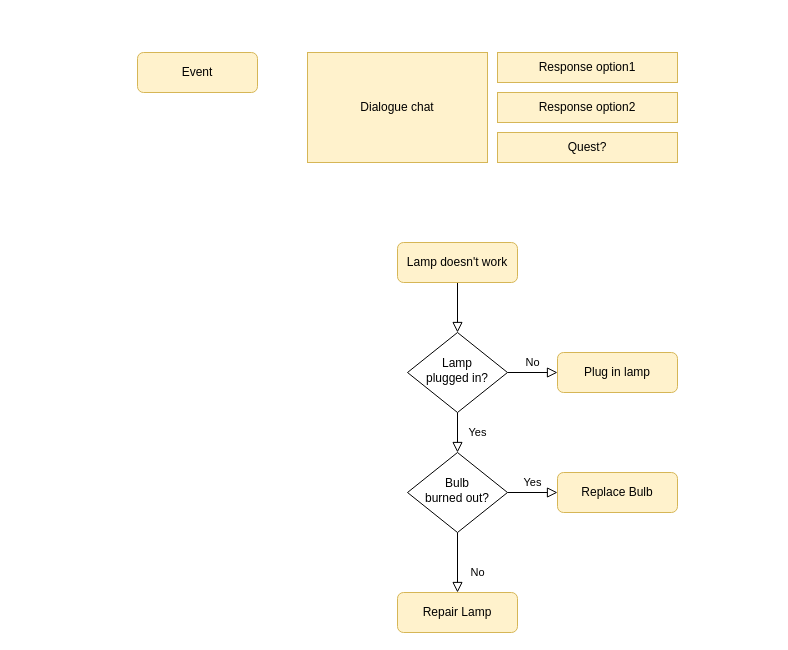
R-Jassasi/Draw.io keeps this draw.io diagram as CCTP_Narrative_FlowChart.drawio. Above is the earlier version. Source tidied: cells renumbered, new cells numbered last; positions are measured from the earlier drawing's top-left corner, leaving out a move shared by most shapes. Both pictures are drawn from the tidied source at 100%, with x=0, y=0 at pixel (137, 52).
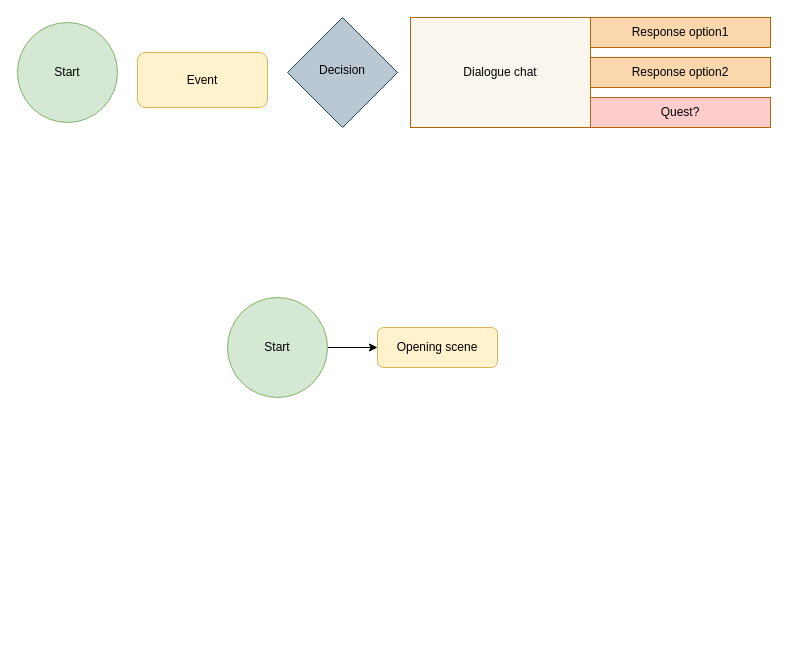
After the change.

Diff of the diagram source:
```diff
@@
 <mxGraphModel>
   <root>
     <mxCell id="0" />
     <mxCell id="1" parent="0" />
-    <mxCell id="2" style="rounded=0;html=1;jettySize=auto;fontSize=11;endArrow=block;endFill=0;endSize=8;strokeWidth=1;shadow=0;labelBackgroundColor=none;edgeStyle=orthogonalEdgeStyle;" parent="1" edge="1" source="3" target="6">
-      <mxGeometry relative="1" as="geometry" />
-    </mxCell>
-    <mxCell id="3" value="Lamp doesn't work" style="rounded=1;whiteSpace=wrap;html=1;fontSize=12;glass=0;strokeWidth=1;shadow=0;fillColor=#fff2cc;strokeColor=#d6b656;" parent="1" vertex="1">
-      <mxGeometry x="260" y="190" width="120" height="40" as="geometry" />
-    </mxCell>
-    <mxCell id="4" value="Yes" style="rounded=0;html=1;jettySize=auto;fontSize=11;endArrow=block;endFill=0;endSize=8;strokeWidth=1;shadow=0;labelBackgroundColor=none;edgeStyle=orthogonalEdgeStyle;" parent="1" edge="1" source="6" target="10">
-      <mxGeometry y="20" relative="1" as="geometry" />
-    </mxCell>
-    <mxCell id="5" value="No" style="edgeStyle=orthogonalEdgeStyle;rounded=0;html=1;jettySize=auto;fontSize=11;endArrow=block;endFill=0;endSize=8;strokeWidth=1;shadow=0;labelBackgroundColor=none;" parent="1" edge="1" source="6" target="7">
-      <mxGeometry y="10" relative="1" as="geometry" />
-    </mxCell>
-    <mxCell id="6" value="Lamp&lt;br&gt;plugged in?" style="rhombus;whiteSpace=wrap;html=1;shadow=0;fontFamily=Helvetica;fontSize=12;align=center;strokeWidth=1;spacing=6;spacingTop=-4;" parent="1" vertex="1">
-      <mxGeometry x="270" y="280" width="100" height="80" as="geometry" />
-    </mxCell>
-    <mxCell id="7" value="Plug in lamp" style="rounded=1;whiteSpace=wrap;html=1;fontSize=12;glass=0;strokeWidth=1;shadow=0;fillColor=#fff2cc;strokeColor=#d6b656;" parent="1" vertex="1">
-      <mxGeometry x="420" y="300" width="120" height="40" as="geometry" />
-    </mxCell>
-    <mxCell id="8" value="No" style="rounded=0;html=1;jettySize=auto;fontSize=11;endArrow=block;endFill=0;endSize=8;strokeWidth=1;shadow=0;labelBackgroundColor=none;edgeStyle=orthogonalEdgeStyle;" parent="1" edge="1" source="10" target="11">
-      <mxGeometry x="0.33" y="20" relative="1" as="geometry" />
-    </mxCell>
-    <mxCell id="9" value="Yes" style="edgeStyle=orthogonalEdgeStyle;rounded=0;html=1;jettySize=auto;fontSize=11;endArrow=block;endFill=0;endSize=8;strokeWidth=1;shadow=0;labelBackgroundColor=none;" parent="1" edge="1" source="10" target="12">
-      <mxGeometry y="10" relative="1" as="geometry" />
-    </mxCell>
-    <mxCell id="10" value="Bulb&lt;br&gt;burned out?" style="rhombus;whiteSpace=wrap;html=1;shadow=0;fontFamily=Helvetica;fontSize=12;align=center;strokeWidth=1;spacing=6;spacingTop=-4;" parent="1" vertex="1">
-      <mxGeometry x="270" y="400" width="100" height="80" as="geometry" />
-    </mxCell>
-    <mxCell id="11" value="Repair Lamp" style="rounded=1;whiteSpace=wrap;html=1;fontSize=12;glass=0;strokeWidth=1;shadow=0;fillColor=#fff2cc;strokeColor=#d6b656;" parent="1" vertex="1">
-      <mxGeometry x="260" y="540" width="120" height="40" as="geometry" />
-    </mxCell>
-    <mxCell id="12" value="Replace Bulb" style="rounded=1;whiteSpace=wrap;html=1;fontSize=12;glass=0;strokeWidth=1;shadow=0;fillColor=#fff2cc;strokeColor=#d6b656;" parent="1" vertex="1">
-      <mxGeometry x="420" y="420" width="120" height="40" as="geometry" />
-    </mxCell>
     <mxCell id="13" value="Event" style="rounded=1;whiteSpace=wrap;html=1;fontSize=12;glass=0;strokeWidth=1;shadow=0;fillColor=#fff2cc;strokeColor=#d6b656;" parent="1" vertex="1">
-      <mxGeometry width="120" height="40" as="geometry" />
+      <mxGeometry width="130" height="55" as="geometry" />
     </mxCell>
+    <mxCell id="18" style="group;" parent="1" vertex="1">
+      <mxGeometry x="273" y="-35" width="360" height="110" as="geometry" />
+    </mxCell>
-    <mxCell id="14" value="Dialogue chat" style="rounded=0;whiteSpace=wrap;html=1;fontSize=12;glass=0;strokeWidth=1;shadow=0;fillColor=#fff2cc;strokeColor=#d6b656;" parent="1" vertex="1">
-      <mxGeometry x="170" width="180" height="110" as="geometry" />
+    <mxCell id="14" value="Dialogue chat" style="rounded=0;whiteSpace=wrap;html=1;fontSize=12;glass=0;strokeWidth=1;shadow=0;fillColor=#f9f7ed;strokeColor=#B46504;" parent="18" vertex="1">
+      <mxGeometry width="180" height="110" as="geometry" />
     </mxCell>
-    <mxCell id="15" value="Response option1" style="rounded=0;whiteSpace=wrap;html=1;fontSize=12;glass=0;strokeWidth=1;shadow=0;fillColor=#fff2cc;strokeColor=#d6b656;" parent="1" vertex="1">
-      <mxGeometry x="360" width="180" height="30" as="geometry" />
+    <mxCell id="15" value="Response option1" style="rounded=0;whiteSpace=wrap;html=1;fontSize=12;glass=0;strokeWidth=1;shadow=0;fillColor=#fad7ac;strokeColor=#b46504;" parent="18" vertex="1">
+      <mxGeometry x="180" width="180" height="30" as="geometry" />
     </mxCell>
-    <mxCell id="16" value="Response option2" style="rounded=0;whiteSpace=wrap;html=1;fontSize=12;glass=0;strokeWidth=1;shadow=0;fillColor=#fff2cc;strokeColor=#d6b656;" parent="1" vertex="1">
-      <mxGeometry x="360" y="40" width="180" height="30" as="geometry" />
+    <mxCell id="16" value="Response option2" style="rounded=0;whiteSpace=wrap;html=1;fontSize=12;glass=0;strokeWidth=1;shadow=0;fillColor=#fad7ac;strokeColor=#b46504;" parent="18" vertex="1">
+      <mxGeometry x="180" y="40" width="180" height="30" as="geometry" />
     </mxCell>
-    <mxCell id="17" value="Quest?" style="rounded=0;whiteSpace=wrap;html=1;fontSize=12;glass=0;strokeWidth=1;shadow=0;fillColor=#fff2cc;strokeColor=#d6b656;" parent="1" vertex="1">
-      <mxGeometry x="360" y="80" width="180" height="30" as="geometry" />
+    <mxCell id="17" value="Quest?" style="rounded=0;whiteSpace=wrap;html=1;fontSize=12;glass=0;strokeWidth=1;shadow=0;fillColor=#ffcccc;strokeColor=#B46504;" parent="18" vertex="1">
+      <mxGeometry x="180" y="80" width="180" height="30" as="geometry" />
     </mxCell>
+    <mxCell id="19" value="Decision" style="rhombus;whiteSpace=wrap;html=1;shadow=0;fontFamily=Helvetica;fontSize=12;align=center;strokeWidth=1;spacing=6;spacingTop=-4;fillColor=#bac8d3;strokeColor=#23445d;" parent="1" vertex="1">
+      <mxGeometry x="150" y="-35" width="110" height="110" as="geometry" />
+    </mxCell>
+    <mxCell id="20" value="Start" style="ellipse;whiteSpace=wrap;html=1;fillColor=#d5e8d4;strokeColor=#82b366;" parent="1" vertex="1">
+      <mxGeometry x="-120" y="-30" width="100" height="100" as="geometry" />
+    </mxCell>
+    <mxCell id="21" style="edgeStyle=orthogonalEdgeStyle;rounded=0;jettySize=auto;html=1;exitX=1;exitY=0.5;exitDx=0;exitDy=0;" parent="1" edge="1" source="22" target="23">
+      <mxGeometry relative="1" as="geometry" />
+    </mxCell>
+    <mxCell id="22" value="Start" style="ellipse;whiteSpace=wrap;html=1;fillColor=#d5e8d4;strokeColor=#82b366;" parent="1" vertex="1">
+      <mxGeometry x="90" y="245" width="100" height="100" as="geometry" />
+    </mxCell>
+    <mxCell id="23" value="Opening scene" style="rounded=1;whiteSpace=wrap;html=1;fontSize=12;glass=0;strokeWidth=1;shadow=0;fillColor=#fff2cc;strokeColor=#d6b656;" parent="1" vertex="1">
+      <mxGeometry x="240" y="275" width="120" height="40" as="geometry" />
+    </mxCell>
   </root>
 </mxGraphModel>
```
